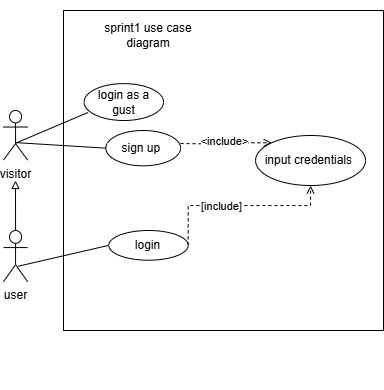
guizanimohamed23/report keeps this draw.io diagram as uploads/diagrams/sprint1usecase.drawio.png. Above is the earlier version. Source tidied: cells renumbered, new cells last; positions are measured from the earlier drawing's top-left corner, leaving out a move shared by most shapes.
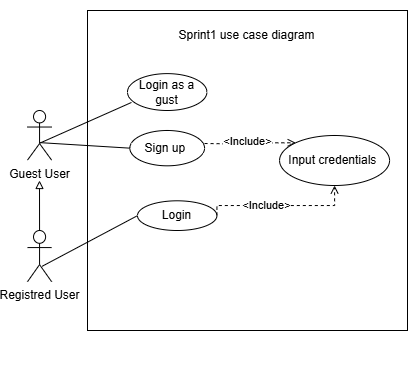
Later version of the same file.

The edit, as a diff of the source:
```diff
@@ -5,19 +5,19 @@
     <mxCell id="2" style="group;" parent="1" vertex="1">
       <mxGeometry x="10" width="370" height="390" as="geometry" />
     </mxCell>
-    <mxCell id="3" value="visitor" style="shape=umlActor;verticalLabelPosition=bottom;verticalAlign=top;html=1;" parent="2" vertex="1">
+    <mxCell id="3" value="Guest User" style="shape=umlActor;verticalLabelPosition=bottom;verticalAlign=top;html=1;" parent="2" vertex="1">
       <mxGeometry x="-10" y="110" width="24.1" height="49.6" as="geometry" />
     </mxCell>
-    <mxCell id="4" value="user" style="shape=umlActor;verticalLabelPosition=bottom;verticalAlign=top;html=1;" parent="2" vertex="1">
+    <mxCell id="4" value="Registred User" style="shape=umlActor;verticalLabelPosition=bottom;verticalAlign=top;html=1;" parent="2" vertex="1">
       <mxGeometry x="-10" y="230" width="24.1" height="51.2" as="geometry" />
     </mxCell>
     <mxCell id="5" style="rounded=0;whiteSpace=wrap;html=1;" parent="2" vertex="1">
       <mxGeometry x="50" y="10" width="320" height="320" as="geometry" />
     </mxCell>
-    <mxCell id="6" value="login as a gust" style="ellipse;whiteSpace=wrap;html=1;" parent="2" vertex="1">
-      <mxGeometry x="70.6" y="83.1" width="79.4" height="36.9" as="geometry" />
+    <mxCell id="6" value="Login as a gust" style="ellipse;whiteSpace=wrap;html=1;" parent="2" vertex="1">
+      <mxGeometry x="90" y="73.1" width="79.4" height="36.9" as="geometry" />
     </mxCell>
-    <mxCell id="7" value="sign up&amp;nbsp;" style="ellipse;whiteSpace=wrap;html=1;" parent="2" vertex="1">
+    <mxCell id="7" value="Sign up&amp;nbsp;" style="ellipse;whiteSpace=wrap;html=1;" parent="2" vertex="1">
       <mxGeometry x="92.4" y="130" width="74.7" height="35.3" as="geometry" />
     </mxCell>
     <mxCell id="8" style="endArrow=none;html=1;rounded=0;exitX=0.533;exitY=0.653;exitDx=0;exitDy=0;exitPerimeter=0;entryX=0.05;entryY=0.782;entryDx=0;entryDy=0;entryPerimeter=0;" parent="2" edge="1" source="3" target="6">
@@ -29,23 +29,23 @@
     <mxCell id="10" style="endArrow=none;html=1;rounded=0;exitX=0.61;exitY=0.698;exitDx=0;exitDy=0;exitPerimeter=0;entryX=0;entryY=0.5;entryDx=0;entryDy=0;" parent="2" edge="1" source="4" target="11">
       <mxGeometry relative="1" as="geometry" />
     </mxCell>
-    <mxCell id="11" value="login" style="ellipse;whiteSpace=wrap;html=1;" parent="2" vertex="1">
-      <mxGeometry x="95.3" y="230" width="79.4" height="29.7" as="geometry" />
+    <mxCell id="11" value="Login" style="ellipse;whiteSpace=wrap;html=1;" parent="2" vertex="1">
+      <mxGeometry x="100" y="200.3" width="79.4" height="29.7" as="geometry" />
     </mxCell>
     <mxCell id="12" style="endArrow=block;html=1;rounded=0;exitX=0.5;exitY=0;exitDx=0;exitDy=0;exitPerimeter=0;endFill=0;" parent="2" edge="1" source="4">
       <mxGeometry relative="1" as="geometry">
         <mxPoint x="2" y="180" as="targetPoint" />
       </mxGeometry>
     </mxCell>
-    <mxCell id="13" value="sprint1 use case diagram" style="text;html=1;align=center;verticalAlign=middle;whiteSpace=wrap;rounded=0;" parent="2" vertex="1">
-      <mxGeometry x="84.9" y="20" width="100.3" height="30" as="geometry" />
+    <mxCell id="13" value="Sprint1 use case diagram" style="text;html=1;align=center;verticalAlign=middle;whiteSpace=wrap;rounded=0;" parent="2" vertex="1">
+      <mxGeometry x="137.4" y="20" width="145.2" height="30" as="geometry" />
     </mxCell>
     <mxCell id="14" style="edgeStyle=orthogonalEdgeStyle;rounded=0;jettySize=auto;html=1;entryX=0;entryY=0;entryDx=0;entryDy=0;dashed=1;endArrow=open;endFill=0;" parent="2" edge="1" target="18">
       <mxGeometry relative="1" as="geometry">
         <mxPoint x="167.1" y="143" as="sourcePoint" />
       </mxGeometry>
     </mxCell>
-    <mxCell id="15" value="&amp;lt;include&amp;gt;" style="edgeLabel;html=1;align=center;verticalAlign=middle;" parent="14" vertex="1">
+    <mxCell id="15" value="&amp;lt;Include&amp;gt;" style="edgeLabel;html=1;align=center;verticalAlign=middle;" parent="14" vertex="1">
       <mxGeometry x="-0.04" y="2" relative="1" as="geometry" />
     </mxCell>
     <mxCell id="16" style="edgeStyle=orthogonalEdgeStyle;rounded=0;jettySize=auto;html=1;entryX=0.5;entryY=1;entryDx=0;entryDy=0;dashed=1;exitX=1;exitY=0.5;exitDx=0;exitDy=0;endArrow=open;endFill=0;" parent="2" edge="1" source="11" target="18">
@@ -55,10 +55,10 @@
         </Array>
       </mxGeometry>
     </mxCell>
-    <mxCell id="17" value="[include]" style="edgeLabel;html=1;align=center;verticalAlign=middle;" parent="16" vertex="1">
+    <mxCell id="17" value="&amp;lt;Include&amp;gt;" style="edgeLabel;html=1;align=center;verticalAlign=middle;" parent="16" vertex="1">
       <mxGeometry x="-0.2" relative="1" as="geometry" />
     </mxCell>
-    <mxCell id="18" value="input credentials&amp;nbsp;" style="ellipse;whiteSpace=wrap;html=1;" parent="2" vertex="1">
+    <mxCell id="18" value="Input credentials&amp;nbsp;" style="ellipse;whiteSpace=wrap;html=1;" parent="2" vertex="1">
       <mxGeometry x="242.1" y="135" width="110" height="50" as="geometry" />
     </mxCell>
   </root>
```
